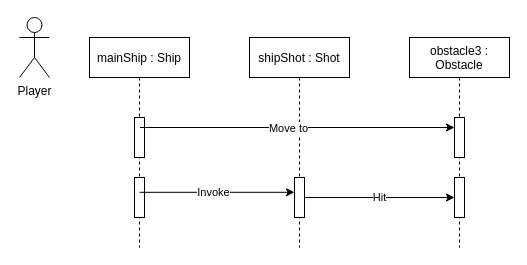
SamGreppinETML/SpacyNvader keeps this draw.io diagram as Diagrammes/DiagrammeDeSequence2.drawio. Above is the earlier version. Source tidied: cells renumbered, new cells numbered last; positions are measured from the earlier drawing's top-left corner, leaving out a move shared by most shapes. Both pictures are drawn from the tidied source at 100%, with x=0, y=0 at pixel (19, 17).
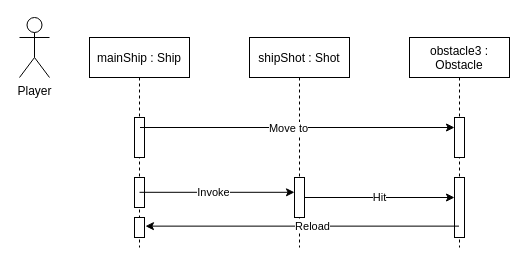
The same diagram, later.

Commit message:
Créer les 4 tests unitaires

The change refers to these unchanged cells:
```xml
<mxCell id="2" value="mainShip : Ship" style="shape=umlLifeline;perimeter=lifelinePerimeter;rounded=0;shadow=0;strokeWidth=1;" parent="1" vertex="1">
  <mxGeometry x="70" y="20" width="100" height="210" as="geometry" />
</mxCell>
<mxCell id="11" value="obstacle3 :&#10;Obstacle" style="shape=umlLifeline;perimeter=lifelinePerimeter;rounded=0;shadow=0;strokeWidth=1;" parent="1" vertex="1">
  <mxGeometry x="390" y="20" width="100" height="210" as="geometry" />
</mxCell>
```

The edit, as a diff of the source:
```diff
@@
     <mxCell id="4" style="perimeter=orthogonalPerimeter;rounded=0;shadow=0;strokeWidth=1;" parent="2" vertex="1">
-      <mxGeometry x="45" y="140" width="10" height="40" as="geometry" />
+      <mxGeometry x="45" y="140" width="10" height="30" as="geometry" />
     </mxCell>
+    <mxCell id="16" style="points=[];perimeter=orthogonalPerimeter;rounded=0;shadow=0;strokeWidth=1;" parent="2" vertex="1">
+      <mxGeometry x="45" y="180" width="10" height="20" as="geometry" />
+    </mxCell>
@@
     <mxCell id="13" style="points=[];perimeter=orthogonalPerimeter;rounded=0;shadow=0;strokeWidth=1;" parent="11" vertex="1">
-      <mxGeometry x="45" y="140" width="10" height="40" as="geometry" />
+      <mxGeometry x="45" y="140" width="10" height="60" as="geometry" />
     </mxCell>
@@
+    <mxCell id="17" style="endArrow=classic;html=1;rounded=0;entryX=1.096;entryY=0.432;entryDx=0;entryDy=0;entryPerimeter=0;" parent="1" edge="1" source="11" target="16">
+      <mxGeometry relative="1" as="geometry" />
+    </mxCell>
+    <mxCell id="18" value="Reload" style="edgeLabel;html=1;align=center;verticalAlign=middle;" parent="17" vertex="1">
+      <mxGeometry x="-0.06" relative="1" as="geometry" />
+    </mxCell>
```
